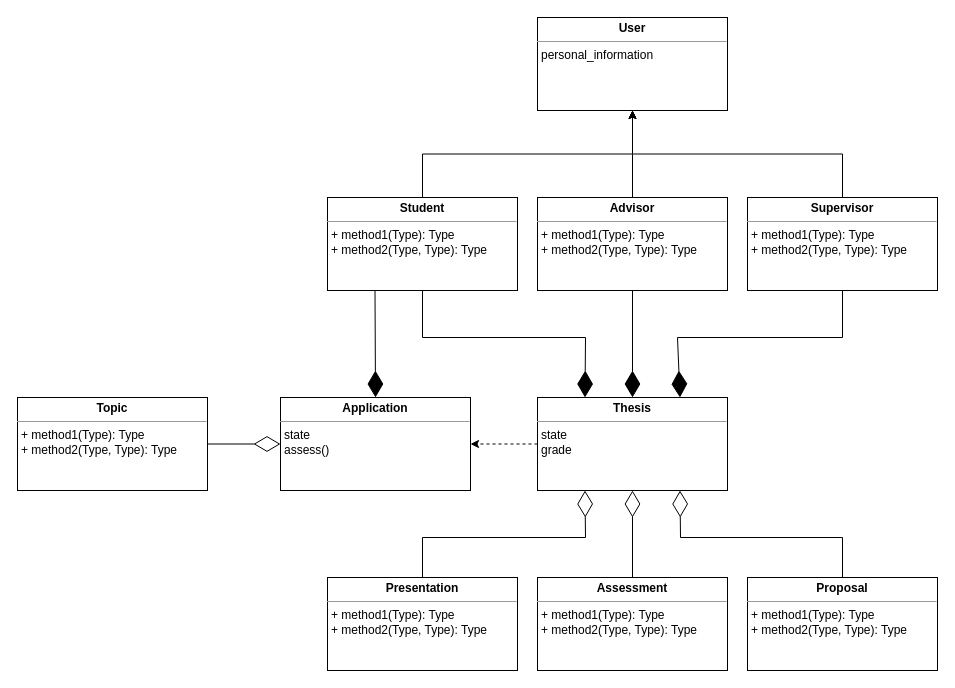
This is analysis-object-modal.drawio from fabian-emilius/bachelor-thesis-charts, a draw.io file, before an edit. Source tidied: cells renumbered, new cells numbered last; positions are measured from the earlier drawing's top-left corner, leaving out a move shared by most shapes. Both pictures are drawn from the tidied source at 100%, with x=0, y=0 at pixel (17, 17).
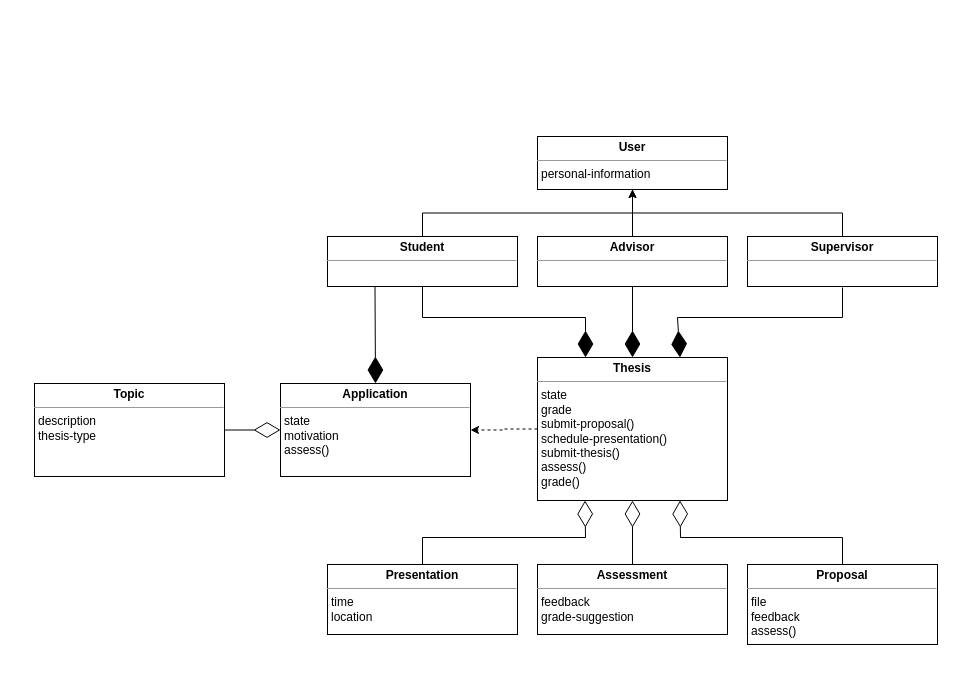
The same page after the edit.

Change to the diagram source:
```diff
@@
-    <mxCell id="3" value="&lt;p style=&quot;margin:0px;margin-top:4px;text-align:center;&quot;&gt;&lt;b&gt;Student&lt;/b&gt;&lt;/p&gt;&lt;hr size=&quot;1&quot;&gt;&lt;p style=&quot;margin:0px;margin-left:4px;&quot;&gt;+ method1(Type): Type&lt;br&gt;+ method2(Type, Type): Type&lt;/p&gt;" style="verticalAlign=top;align=left;overflow=fill;fontSize=12;fontFamily=Helvetica;html=1;rounded=0;shadow=0;comic=0;labelBackgroundColor=none;strokeWidth=1;" parent="1" vertex="1">
-      <mxGeometry x="310" y="180" width="190" height="93" as="geometry" />
+    <mxCell id="3" value="&lt;p style=&quot;margin:0px;margin-top:4px;text-align:center;&quot;&gt;&lt;b&gt;Student&lt;/b&gt;&lt;/p&gt;&lt;hr size=&quot;1&quot;&gt;&lt;p style=&quot;margin:0px;margin-left:4px;&quot;&gt;&lt;br&gt;&lt;/p&gt;" style="verticalAlign=top;align=left;overflow=fill;fontSize=12;fontFamily=Helvetica;html=1;rounded=0;shadow=0;comic=0;labelBackgroundColor=none;strokeWidth=1;" parent="1" vertex="1">
+      <mxGeometry x="310" y="219" width="190" height="50" as="geometry" />
     </mxCell>
     <mxCell id="4" style="edgeStyle=orthogonalEdgeStyle;rounded=0;jettySize=auto;html=1;exitX=0.5;exitY=0;exitDx=0;exitDy=0;" parent="1" edge="1" source="5">
       <mxGeometry relative="1" as="geometry">
-        <mxPoint x="615" y="93" as="targetPoint" />
+        <mxPoint x="615" y="132" as="targetPoint" />
       </mxGeometry>
     </mxCell>
-    <mxCell id="5" value="&lt;p style=&quot;margin:0px;margin-top:4px;text-align:center;&quot;&gt;&lt;b&gt;Advisor&lt;/b&gt;&lt;/p&gt;&lt;hr size=&quot;1&quot;&gt;&lt;p style=&quot;margin:0px;margin-left:4px;&quot;&gt;+ method1(Type): Type&lt;br&gt;+ method2(Type, Type): Type&lt;/p&gt;" style="verticalAlign=top;align=left;overflow=fill;fontSize=12;fontFamily=Helvetica;html=1;rounded=0;shadow=0;comic=0;labelBackgroundColor=none;strokeWidth=1;" parent="1" vertex="1">
-      <mxGeometry x="520" y="180" width="190" height="93" as="geometry" />
+    <mxCell id="5" value="&lt;p style=&quot;margin:0px;margin-top:4px;text-align:center;&quot;&gt;&lt;b&gt;Advisor&lt;/b&gt;&lt;/p&gt;&lt;hr size=&quot;1&quot;&gt;&lt;p style=&quot;margin:0px;margin-left:4px;&quot;&gt;&lt;br&gt;&lt;/p&gt;" style="verticalAlign=top;align=left;overflow=fill;fontSize=12;fontFamily=Helvetica;html=1;rounded=0;shadow=0;comic=0;labelBackgroundColor=none;strokeWidth=1;" parent="1" vertex="1">
+      <mxGeometry x="520" y="219" width="190" height="50" as="geometry" />
     </mxCell>
@@
-    <mxCell id="7" value="&lt;p style=&quot;margin:0px;margin-top:4px;text-align:center;&quot;&gt;&lt;b&gt;Supervisor&lt;/b&gt;&lt;/p&gt;&lt;hr size=&quot;1&quot;&gt;&lt;p style=&quot;margin:0px;margin-left:4px;&quot;&gt;+ method1(Type): Type&lt;br&gt;+ method2(Type, Type): Type&lt;/p&gt;" style="verticalAlign=top;align=left;overflow=fill;fontSize=12;fontFamily=Helvetica;html=1;rounded=0;shadow=0;comic=0;labelBackgroundColor=none;strokeWidth=1;" parent="1" vertex="1">
-      <mxGeometry x="730" y="180" width="190" height="93" as="geometry" />
+    <mxCell id="7" value="&lt;p style=&quot;margin:0px;margin-top:4px;text-align:center;&quot;&gt;&lt;b&gt;Supervisor&lt;/b&gt;&lt;/p&gt;&lt;hr size=&quot;1&quot;&gt;&lt;p style=&quot;margin:0px;margin-left:4px;&quot;&gt;&lt;br&gt;&lt;/p&gt;" style="verticalAlign=top;align=left;overflow=fill;fontSize=12;fontFamily=Helvetica;html=1;rounded=0;shadow=0;comic=0;labelBackgroundColor=none;strokeWidth=1;" parent="1" vertex="1">
+      <mxGeometry x="730" y="219" width="190" height="50" as="geometry" />
     </mxCell>
-    <mxCell id="8" value="&lt;p style=&quot;margin:0px;margin-top:4px;text-align:center;&quot;&gt;&lt;b&gt;Topic&lt;/b&gt;&lt;/p&gt;&lt;hr size=&quot;1&quot;&gt;&lt;p style=&quot;margin:0px;margin-left:4px;&quot;&gt;+ method1(Type): Type&lt;br&gt;+ method2(Type, Type): Type&lt;/p&gt;" style="verticalAlign=top;align=left;overflow=fill;fontSize=12;fontFamily=Helvetica;html=1;rounded=0;shadow=0;comic=0;labelBackgroundColor=none;strokeWidth=1;" parent="1" vertex="1">
-      <mxGeometry y="380" width="190" height="93" as="geometry" />
+    <mxCell id="8" value="&lt;p style=&quot;margin:0px;margin-top:4px;text-align:center;&quot;&gt;&lt;b&gt;Topic&lt;/b&gt;&lt;/p&gt;&lt;hr size=&quot;1&quot;&gt;&lt;p style=&quot;margin:0px;margin-left:4px;&quot;&gt;description&lt;/p&gt;&lt;p style=&quot;margin:0px;margin-left:4px;&quot;&gt;thesis-type&lt;/p&gt;" style="verticalAlign=top;align=left;overflow=fill;fontSize=12;fontFamily=Helvetica;html=1;rounded=0;shadow=0;comic=0;labelBackgroundColor=none;strokeWidth=1;" parent="1" vertex="1">
+      <mxGeometry x="17" y="366" width="190" height="93" as="geometry" />
     </mxCell>
@@
-    <mxCell id="10" value="&lt;p style=&quot;margin:0px;margin-top:4px;text-align:center;&quot;&gt;&lt;b&gt;Application&lt;/b&gt;&lt;/p&gt;&lt;hr size=&quot;1&quot;&gt;&lt;p style=&quot;margin:0px;margin-left:4px;&quot;&gt;state&lt;br&gt;assess()&lt;/p&gt;" style="verticalAlign=top;align=left;overflow=fill;fontSize=12;fontFamily=Helvetica;html=1;rounded=0;shadow=0;comic=0;labelBackgroundColor=none;strokeWidth=1;" parent="1" vertex="1">
-      <mxGeometry x="263" y="380" width="190" height="93" as="geometry" />
+    <mxCell id="10" value="&lt;p style=&quot;margin:0px;margin-top:4px;text-align:center;&quot;&gt;&lt;b&gt;Application&lt;/b&gt;&lt;/p&gt;&lt;hr size=&quot;1&quot;&gt;&lt;p style=&quot;margin:0px;margin-left:4px;&quot;&gt;state&lt;/p&gt;&lt;p style=&quot;margin:0px;margin-left:4px;&quot;&gt;motivation&lt;br&gt;assess()&lt;/p&gt;" style="verticalAlign=top;align=left;overflow=fill;fontSize=12;fontFamily=Helvetica;html=1;rounded=0;shadow=0;comic=0;labelBackgroundColor=none;strokeWidth=1;" parent="1" vertex="1">
+      <mxGeometry x="263" y="366" width="190" height="93" as="geometry" />
     </mxCell>
-    <mxCell id="11" value="&lt;p style=&quot;margin:0px;margin-top:4px;text-align:center;&quot;&gt;&lt;b&gt;Thesis&lt;/b&gt;&lt;/p&gt;&lt;hr size=&quot;1&quot;&gt;&lt;p style=&quot;margin:0px;margin-left:4px;&quot;&gt;state&lt;/p&gt;&lt;p style=&quot;margin:0px;margin-left:4px;&quot;&gt;grade&lt;/p&gt;&lt;p style=&quot;margin:0px;margin-left:4px;&quot;&gt;&lt;br&gt;&lt;/p&gt;" style="verticalAlign=top;align=left;overflow=fill;fontSize=12;fontFamily=Helvetica;html=1;rounded=0;shadow=0;comic=0;labelBackgroundColor=none;strokeWidth=1;" parent="1" vertex="1">
-      <mxGeometry x="520" y="380" width="190" height="93" as="geometry" />
+    <mxCell id="11" value="&lt;p style=&quot;margin:0px;margin-top:4px;text-align:center;&quot;&gt;&lt;b&gt;Thesis&lt;/b&gt;&lt;/p&gt;&lt;hr size=&quot;1&quot;&gt;&lt;p style=&quot;margin:0px;margin-left:4px;&quot;&gt;state&lt;/p&gt;&lt;p style=&quot;margin:0px;margin-left:4px;&quot;&gt;grade&lt;/p&gt;&lt;p style=&quot;margin:0px;margin-left:4px;&quot;&gt;submit-proposal()&lt;br&gt;&lt;/p&gt;&lt;p style=&quot;margin:0px;margin-left:4px;&quot;&gt;schedule-presentation()&lt;/p&gt;&lt;p style=&quot;margin:0px;margin-left:4px;&quot;&gt;submit-thesis()&lt;/p&gt;&lt;p style=&quot;margin:0px;margin-left:4px;&quot;&gt;assess()&lt;/p&gt;&lt;p style=&quot;margin:0px;margin-left:4px;&quot;&gt;grade()&lt;/p&gt;" style="verticalAlign=top;align=left;overflow=fill;fontSize=12;fontFamily=Helvetica;html=1;rounded=0;shadow=0;comic=0;labelBackgroundColor=none;strokeWidth=1;" parent="1" vertex="1">
+      <mxGeometry x="520" y="340" width="190" height="143" as="geometry" />
     </mxCell>
-    <mxCell id="12" value="&lt;p style=&quot;margin:0px;margin-top:4px;text-align:center;&quot;&gt;&lt;b&gt;Presentation&lt;/b&gt;&lt;/p&gt;&lt;hr size=&quot;1&quot;&gt;&lt;p style=&quot;margin:0px;margin-left:4px;&quot;&gt;+ method1(Type): Type&lt;br&gt;+ method2(Type, Type): Type&lt;/p&gt;" style="verticalAlign=top;align=left;overflow=fill;fontSize=12;fontFamily=Helvetica;html=1;rounded=0;shadow=0;comic=0;labelBackgroundColor=none;strokeWidth=1;" parent="1" vertex="1">
-      <mxGeometry x="310" y="560" width="190" height="93" as="geometry" />
+    <mxCell id="12" value="&lt;p style=&quot;margin:0px;margin-top:4px;text-align:center;&quot;&gt;&lt;b&gt;Presentation&lt;/b&gt;&lt;/p&gt;&lt;hr size=&quot;1&quot;&gt;&lt;p style=&quot;margin:0px;margin-left:4px;&quot;&gt;time&lt;/p&gt;&lt;p style=&quot;margin:0px;margin-left:4px;&quot;&gt;location&lt;/p&gt;" style="verticalAlign=top;align=left;overflow=fill;fontSize=12;fontFamily=Helvetica;html=1;rounded=0;shadow=0;comic=0;labelBackgroundColor=none;strokeWidth=1;" parent="1" vertex="1">
+      <mxGeometry x="310" y="547" width="190" height="70" as="geometry" />
     </mxCell>
-    <mxCell id="13" value="&lt;p style=&quot;margin:0px;margin-top:4px;text-align:center;&quot;&gt;&lt;b&gt;User&lt;/b&gt;&lt;/p&gt;&lt;hr size=&quot;1&quot;&gt;&lt;p style=&quot;margin:0px;margin-left:4px;&quot;&gt;personal_information&lt;/p&gt;" style="verticalAlign=top;align=left;overflow=fill;fontSize=12;fontFamily=Helvetica;html=1;rounded=0;shadow=0;comic=0;labelBackgroundColor=none;strokeWidth=1;" parent="1" vertex="1">
-      <mxGeometry x="520" width="190" height="93" as="geometry" />
+    <mxCell id="13" value="&lt;p style=&quot;margin:0px;margin-top:4px;text-align:center;&quot;&gt;&lt;b&gt;User&lt;/b&gt;&lt;/p&gt;&lt;hr size=&quot;1&quot;&gt;&lt;p style=&quot;margin:0px;margin-left:4px;&quot;&gt;personal-information&lt;/p&gt;" style="verticalAlign=top;align=left;overflow=fill;fontSize=12;fontFamily=Helvetica;html=1;rounded=0;shadow=0;comic=0;labelBackgroundColor=none;strokeWidth=1;" parent="1" vertex="1">
+      <mxGeometry x="520" y="119" width="190" height="53" as="geometry" />
     </mxCell>
-    <mxCell id="14" value="&lt;p style=&quot;margin:0px;margin-top:4px;text-align:center;&quot;&gt;&lt;b&gt;Assessment&lt;/b&gt;&lt;/p&gt;&lt;hr size=&quot;1&quot;&gt;&lt;p style=&quot;margin:0px;margin-left:4px;&quot;&gt;+ method1(Type): Type&lt;br&gt;+ method2(Type, Type): Type&lt;/p&gt;" style="verticalAlign=top;align=left;overflow=fill;fontSize=12;fontFamily=Helvetica;html=1;rounded=0;shadow=0;comic=0;labelBackgroundColor=none;strokeWidth=1;" parent="1" vertex="1">
-      <mxGeometry x="520" y="560" width="190" height="93" as="geometry" />
+    <mxCell id="14" value="&lt;p style=&quot;margin:0px;margin-top:4px;text-align:center;&quot;&gt;&lt;b&gt;Assessment&lt;/b&gt;&lt;/p&gt;&lt;hr size=&quot;1&quot;&gt;&lt;p style=&quot;margin:0px;margin-left:4px;&quot;&gt;feedback&lt;/p&gt;&lt;p style=&quot;margin:0px;margin-left:4px;&quot;&gt;grade-suggestion&lt;/p&gt;" style="verticalAlign=top;align=left;overflow=fill;fontSize=12;fontFamily=Helvetica;html=1;rounded=0;shadow=0;comic=0;labelBackgroundColor=none;strokeWidth=1;" parent="1" vertex="1">
+      <mxGeometry x="520" y="547" width="190" height="70" as="geometry" />
     </mxCell>
-    <mxCell id="15" value="&lt;p style=&quot;margin:0px;margin-top:4px;text-align:center;&quot;&gt;&lt;b&gt;Proposal&lt;/b&gt;&lt;/p&gt;&lt;hr size=&quot;1&quot;&gt;&lt;p style=&quot;margin:0px;margin-left:4px;&quot;&gt;+ method1(Type): Type&lt;br&gt;+ method2(Type, Type): Type&lt;/p&gt;" style="verticalAlign=top;align=left;overflow=fill;fontSize=12;fontFamily=Helvetica;html=1;rounded=0;shadow=0;comic=0;labelBackgroundColor=none;strokeWidth=1;" parent="1" vertex="1">
-      <mxGeometry x="730" y="560" width="190" height="93" as="geometry" />
+    <mxCell id="15" value="&lt;p style=&quot;margin:0px;margin-top:4px;text-align:center;&quot;&gt;&lt;b&gt;Proposal&lt;/b&gt;&lt;/p&gt;&lt;hr size=&quot;1&quot;&gt;&lt;p style=&quot;margin:0px;margin-left:4px;&quot;&gt;file&lt;/p&gt;&lt;p style=&quot;margin:0px;margin-left:4px;&quot;&gt;feedback&lt;/p&gt;&lt;p style=&quot;margin:0px;margin-left:4px;&quot;&gt;assess()&lt;/p&gt;" style="verticalAlign=top;align=left;overflow=fill;fontSize=12;fontFamily=Helvetica;html=1;rounded=0;shadow=0;comic=0;labelBackgroundColor=none;strokeWidth=1;" parent="1" vertex="1">
+      <mxGeometry x="730" y="547" width="190" height="80" as="geometry" />
     </mxCell>
@@
-    <mxCell id="19" style="endArrow=diamondThin;endFill=1;endSize=24;html=1;rounded=0;exitX=0.5;exitY=1;exitDx=0;exitDy=0;entryX=0.25;entryY=0;entryDx=0;entryDy=0;" parent="1" edge="1" source="3" target="11">
+    <mxCell id="19" style="endArrow=diamondThin;endFill=1;endSize=24;html=1;rounded=0;exitX=0.5;exitY=1;exitDx=0;exitDy=0;" parent="1" edge="1" source="3">
       <mxGeometry relative="1" as="geometry">
+        <mxPoint x="568" y="340" as="targetPoint" />
         <Array as="points">
-          <mxPoint x="405" y="320" />
-          <mxPoint x="568" y="320" />
+          <mxPoint x="405" y="300" />
+          <mxPoint x="568" y="300" />
         </Array>
       </mxGeometry>
     </mxCell>
@@
-    <mxCell id="21" style="endArrow=diamondThin;endFill=1;endSize=24;html=1;rounded=0;exitX=0.5;exitY=1;exitDx=0;exitDy=0;entryX=0.75;entryY=0;entryDx=0;entryDy=0;" parent="1" edge="1" source="7" target="11">
+    <mxCell id="21" style="endArrow=diamondThin;endFill=1;endSize=24;html=1;rounded=0;entryX=0.75;entryY=0;entryDx=0;entryDy=0;" parent="1" edge="1" target="11">
       <mxGeometry relative="1" as="geometry">
+        <mxPoint x="825" y="270" as="sourcePoint" />
         <Array as="points">
-          <mxPoint x="825" y="320" />
-          <mxPoint x="660" y="320" />
+          <mxPoint x="825" y="300" />
+          <mxPoint x="660" y="300" />
         </Array>
       </mxGeometry>
     </mxCell>
```
